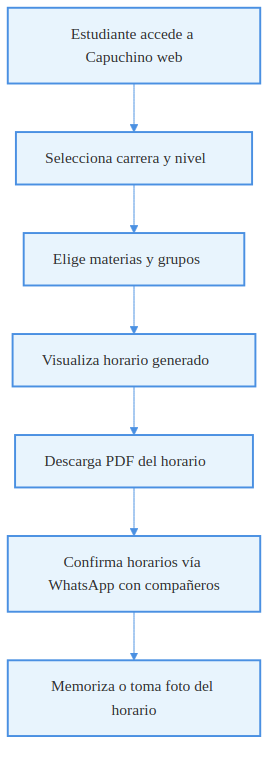
Before: images/diagrams/area_asis_proceso.png, a diagram exported from Mermaid (smith-3/Taller-Grado-II). Its source is kept beside it as images/diagrams/area_asis_proceso.mmd.
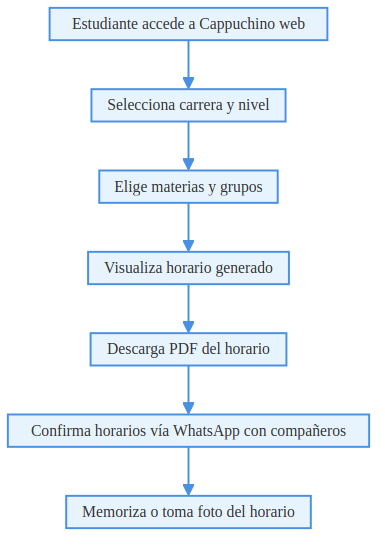
The same diagram one commit later.

Change to the diagram source:
```diff
@@ -10,7 +10,7 @@
   }
 }}%%
 flowchart TD
-    A[Estudiante accede a Capuchino web]
+    A[Estudiante accede a Cappuchino web]
     B[Selecciona carrera y nivel]
     C[Elige materias y grupos]
     D[Visualiza horario generado]
```
